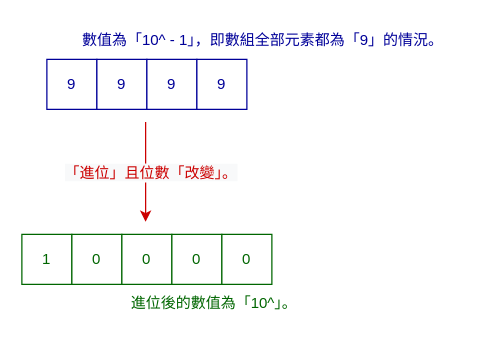
Above: page "第 2 页" (2 of 2) of docs/0066_plus_one.drawio in rickbsr/example-leetcode (draw.io), before the change. Source tidied: cells renumbered, new cells numbered last; positions are measured from the earlier drawing's top-left corner, leaving out a move shared by most shapes. Both pictures are drawn from the tidied source at 125%, with x=0, y=0 at pixel (21, 21).
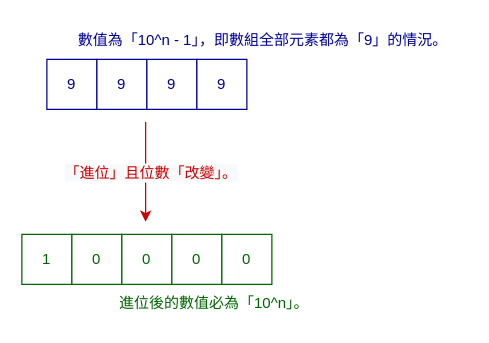
The same page after the edit.

What changed in the source:
```diff
@@
 <mxGraphModel>
   <root>
     <mxCell id="0" />
     <mxCell id="1" parent="0" />
     <mxCell id="2" value="9" style="rounded=0;whiteSpace=wrap;html=1;fontColor=#000099;strokeColor=#000099;" parent="1" vertex="1">
       <mxGeometry x="20" y="30" width="40" height="40" as="geometry" />
     </mxCell>
     <mxCell id="3" value="9" style="rounded=0;whiteSpace=wrap;html=1;fontColor=#000099;strokeColor=#000099;" parent="1" vertex="1">
       <mxGeometry x="60" y="30" width="40" height="40" as="geometry" />
     </mxCell>
     <mxCell id="4" value="9" style="rounded=0;whiteSpace=wrap;html=1;fontColor=#000099;strokeColor=#000099;" parent="1" vertex="1">
       <mxGeometry x="100" y="30" width="40" height="40" as="geometry" />
     </mxCell>
     <mxCell id="5" value="9" style="rounded=0;whiteSpace=wrap;html=1;fontColor=#000099;strokeColor=#000099;" parent="1" vertex="1">
       <mxGeometry x="140" y="30" width="40" height="40" as="geometry" />
     </mxCell>
     <mxCell id="6" style="endArrow=classic;html=1;rounded=0;strokeColor=#CC0000;" parent="1" edge="1">
       <mxGeometry relative="1" as="geometry">
         <mxPoint x="99" y="80" as="sourcePoint" />
         <mxPoint x="99" y="160" as="targetPoint" />
       </mxGeometry>
     </mxCell>
     <mxCell id="7" value="&lt;span style=&quot;font-size: 12px; background-color: rgb(248, 249, 250);&quot;&gt;「進位」且位數「改變」。&lt;/span&gt;" style="edgeLabel;html=1;align=center;verticalAlign=middle;fontColor=#CC0000;" parent="6" vertex="1">
       <mxGeometry x="-0.01" y="3" relative="1" as="geometry" />
     </mxCell>
     <mxCell id="8" value="1" style="rounded=0;whiteSpace=wrap;html=1;strokeColor=#006600;fontColor=#006600;" parent="1" vertex="1">
       <mxGeometry y="170" width="40" height="40" as="geometry" />
     </mxCell>
     <mxCell id="9" value="0" style="rounded=0;whiteSpace=wrap;html=1;strokeColor=#006600;fontColor=#006600;" parent="1" vertex="1">
       <mxGeometry x="40" y="170" width="40" height="40" as="geometry" />
     </mxCell>
     <mxCell id="10" value="0" style="rounded=0;whiteSpace=wrap;html=1;strokeColor=#006600;fontColor=#006600;" parent="1" vertex="1">
       <mxGeometry x="80" y="170" width="40" height="40" as="geometry" />
     </mxCell>
     <mxCell id="11" value="0" style="rounded=0;whiteSpace=wrap;html=1;strokeColor=#006600;fontColor=#006600;" parent="1" vertex="1">
       <mxGeometry x="120" y="170" width="40" height="40" as="geometry" />
     </mxCell>
     <mxCell id="12" value="0" style="rounded=0;whiteSpace=wrap;html=1;strokeColor=#006600;fontColor=#006600;" parent="1" vertex="1">
       <mxGeometry x="160" y="170" width="40" height="40" as="geometry" />
     </mxCell>
-    <mxCell id="13" value="&lt;font color=&quot;#000099&quot;&gt;數值為「10^ - 1」，即數組全部元素都為「9」的情況。&lt;/font&gt;" style="text;html=1;strokeColor=none;fillColor=none;align=center;verticalAlign=middle;whiteSpace=wrap;rounded=0;fontColor=#CC0000;" parent="1" vertex="1">
+    <mxCell id="13" value="&lt;font color=&quot;#000099&quot;&gt;數值為「10^n - 1」，即數組全部元素都為「9」的情況。&lt;/font&gt;" style="text;html=1;strokeColor=none;fillColor=none;align=center;verticalAlign=middle;whiteSpace=wrap;rounded=0;fontColor=#CC0000;" parent="1" vertex="1">
       <mxGeometry x="30" width="326" height="30" as="geometry" />
     </mxCell>
-    <mxCell id="14" value="&lt;font&gt;進位後的數值為「10^」。&lt;/font&gt;" style="text;html=1;strokeColor=none;fillColor=none;align=center;verticalAlign=middle;whiteSpace=wrap;rounded=0;fontColor=#006600;" parent="1" vertex="1">
+    <mxCell id="14" value="&lt;font&gt;進位後的數值必為「10^n」。&lt;/font&gt;" style="text;html=1;strokeColor=none;fillColor=none;align=center;verticalAlign=middle;whiteSpace=wrap;rounded=0;fontColor=#006600;" parent="1" vertex="1">
       <mxGeometry x="71" y="210" width="166" height="30" as="geometry" />
     </mxCell>
   </root>
 </mxGraphModel>
```
